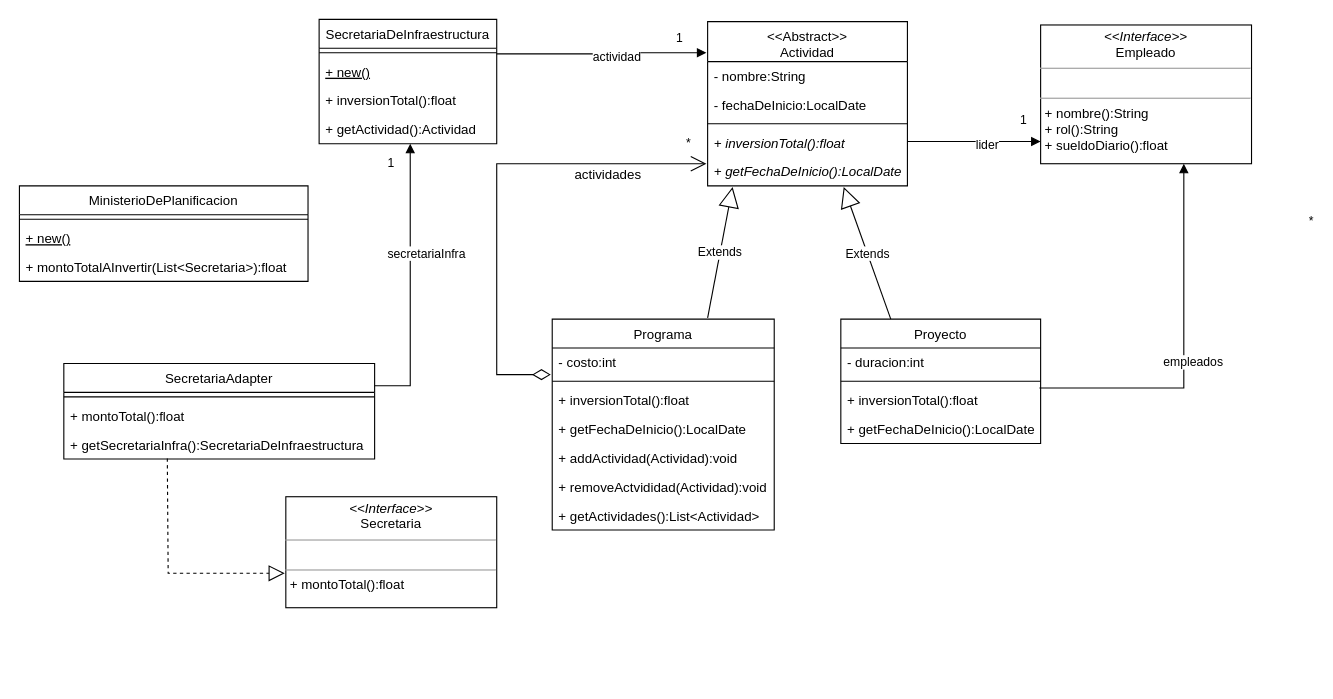
nhubczyk/Diagramas-UML keeps this draw.io diagram as unq-po2-1erParcial-2022-Secretarias.drawio. Above is the earlier version. Source tidied: cells renumbered, new cells numbered last; positions are measured from the earlier drawing's top-left corner, leaving out a move shared by most shapes. Both pictures are drawn from the tidied source at 111%, with x=0, y=0 at pixel (19, 19).
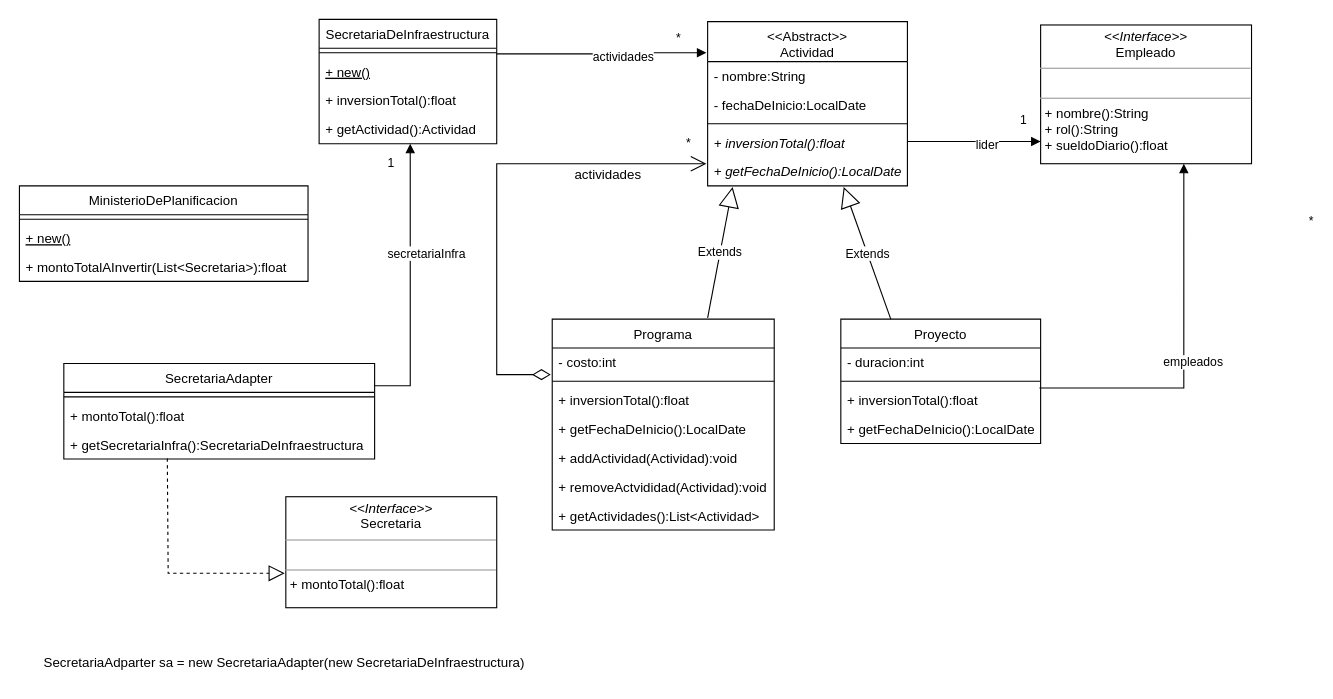
The same diagram, later.

Unchanged cells that the change refers to:
```xml
<mxCell id="18" value="&lt;&lt;Abstract&gt;&gt;&#10;Actividad" style="swimlane;fontStyle=0;align=center;verticalAlign=top;horizontal=1;startSize=36;" parent="1" vertex="1">
  <mxGeometry x="620" y="2" width="180" height="148" as="geometry" />
</mxCell>
<mxCell id="31" style="line;strokeWidth=1;fillColor=none;align=left;verticalAlign=middle;spacingTop=-1;spacingLeft=3;spacingRight=3;labelPosition=right;points=[];portConstraint=eastwest;strokeColor=inherit;" parent="30" vertex="1">
  <mxGeometry y="26" width="160" height="8" as="geometry" />
</mxCell>
```

Change to the diagram source:
```diff
@@
-    <mxCell id="35" value="actividad" style="endArrow=block;endFill=1;html=1;edgeStyle=orthogonalEdgeStyle;align=left;verticalAlign=top;rounded=0;entryX=-0.006;entryY=0.189;entryDx=0;entryDy=0;entryPerimeter=0;exitX=1;exitY=0.625;exitDx=0;exitDy=0;exitPerimeter=0;" parent="1" edge="1" source="31" target="18">
+    <mxCell id="35" value="actividades" style="endArrow=block;endFill=1;html=1;edgeStyle=orthogonalEdgeStyle;align=left;verticalAlign=top;rounded=0;entryX=-0.006;entryY=0.189;entryDx=0;entryDy=0;entryPerimeter=0;exitX=1;exitY=0.625;exitDx=0;exitDy=0;exitPerimeter=0;" parent="1" edge="1" source="31" target="18">
       <mxGeometry x="-0.11" y="10" relative="1" as="geometry" />
     </mxCell>
-    <mxCell id="36" value="1" style="edgeLabel;html=1;align=left;verticalAlign=bottom;" parent="35" vertex="1">
+    <mxCell id="36" value="*" style="edgeLabel;html=1;align=left;verticalAlign=bottom;" parent="35" vertex="1">
       <mxGeometry x="-1" relative="1" as="geometry">
         <mxPoint x="160" y="-6" as="offset" />
       </mxGeometry>
     </mxCell>
@@
+    <mxCell id="49" value="SecretariaAdparter sa = new SecretariaAdapter(new SecretariaDeInfraestructura)&amp;nbsp;" style="text;html=1;align=center;verticalAlign=middle;strokeColor=none;fillColor=none;" parent="1" vertex="1">
+      <mxGeometry x="10" y="565" width="460" height="30" as="geometry" />
+    </mxCell>
```
